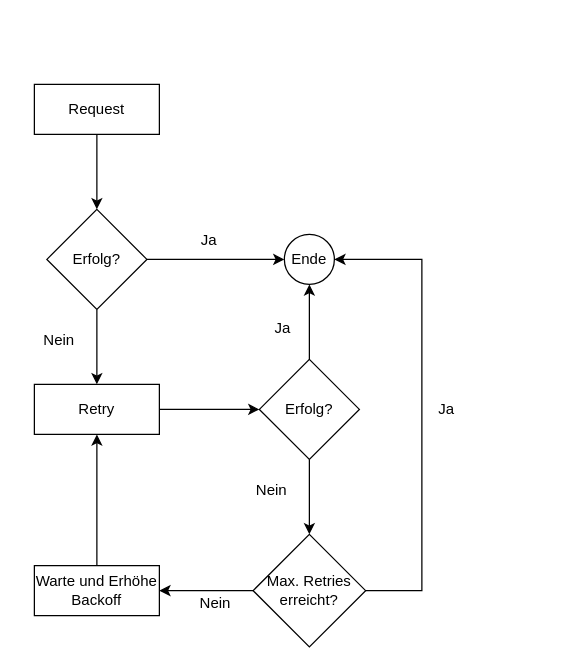
murfei/FaultTolerantJobProcessing keeps this draw.io diagram as Paper/drawio/retryBackoff.drawio. Above is the earlier version. Source tidied: cells renumbered, new cells numbered last; positions are measured from the earlier drawing's top-left corner, leaving out a move shared by most shapes. Both pictures are drawn from the tidied source at 125%, with x=0, y=0 at pixel (21, 84).
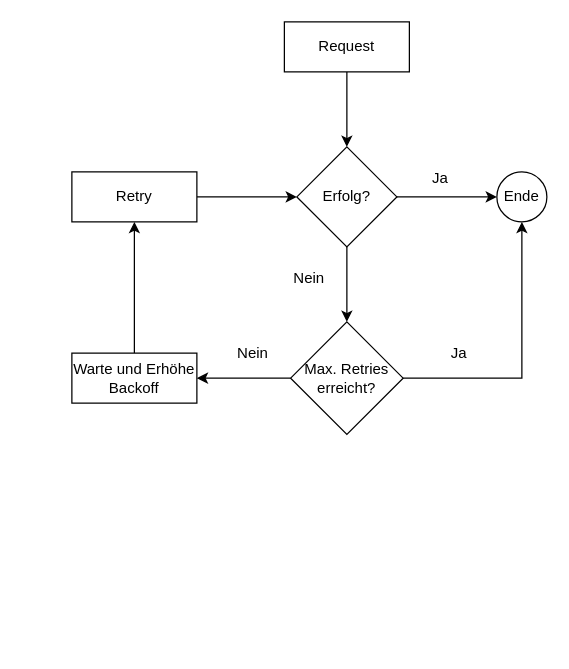
Above is the later version.

Change to the diagram source:
```diff
@@
     <mxCell id="3" value="Request" style="rounded=0;whiteSpace=wrap;html=1;" parent="1" vertex="1">
-      <mxGeometry x="10" width="100" height="40" as="geometry" />
+      <mxGeometry x="210" y="-50" width="100" height="40" as="geometry" />
     </mxCell>
-    <mxCell id="4" style="edgeStyle=orthogonalEdgeStyle;rounded=0;jettySize=auto;html=1;exitX=0.5;exitY=1;exitDx=0;exitDy=0;entryX=0.5;entryY=0;entryDx=0;entryDy=0;" parent="1" edge="1" source="6" target="9">
+    <mxCell id="4" style="edgeStyle=orthogonalEdgeStyle;rounded=0;jettySize=auto;html=1;exitX=0.5;exitY=1;exitDx=0;exitDy=0;entryX=0.5;entryY=0;entryDx=0;entryDy=0;" parent="1" edge="1" source="6" target="15">
       <mxGeometry relative="1" as="geometry" />
     </mxCell>
@@
     <mxCell id="6" value="Erfolg?" style="rhombus;whiteSpace=wrap;html=1;" parent="1" vertex="1">
-      <mxGeometry x="20" y="100" width="80" height="80" as="geometry" />
+      <mxGeometry x="220" y="50" width="80" height="80" as="geometry" />
     </mxCell>
     <mxCell id="7" value="Ende" style="ellipse;whiteSpace=wrap;html=1;" parent="1" vertex="1">
-      <mxGeometry x="210" y="120" width="40" height="40" as="geometry" />
+      <mxGeometry x="380" y="70" width="40" height="40" as="geometry" />
     </mxCell>
-    <mxCell id="8" style="edgeStyle=orthogonalEdgeStyle;rounded=0;jettySize=auto;html=1;exitX=1;exitY=0.5;exitDx=0;exitDy=0;entryX=0;entryY=0.5;entryDx=0;entryDy=0;" parent="1" edge="1" source="9" target="12">
+    <mxCell id="8" style="edgeStyle=orthogonalEdgeStyle;rounded=0;jettySize=auto;html=1;exitX=1;exitY=0.5;exitDx=0;exitDy=0;entryX=0;entryY=0.5;entryDx=0;entryDy=0;" parent="1" edge="1" source="9" target="6">
       <mxGeometry relative="1" as="geometry" />
     </mxCell>
     <mxCell id="9" value="Retry" style="rounded=0;whiteSpace=wrap;html=1;" parent="1" vertex="1">
-      <mxGeometry x="10" y="240" width="100" height="40" as="geometry" />
+      <mxGeometry x="40" y="70" width="100" height="40" as="geometry" />
     </mxCell>
-    <mxCell id="10" style="edgeStyle=orthogonalEdgeStyle;rounded=0;jettySize=auto;html=1;exitX=0.5;exitY=0;exitDx=0;exitDy=0;entryX=0.5;entryY=1;entryDx=0;entryDy=0;" parent="1" edge="1" source="12" target="7">
-      <mxGeometry relative="1" as="geometry" />
-    </mxCell>
-    <mxCell id="11" style="edgeStyle=orthogonalEdgeStyle;rounded=0;jettySize=auto;html=1;exitX=0.5;exitY=1;exitDx=0;exitDy=0;entryX=0.5;entryY=0;entryDx=0;entryDy=0;" parent="1" edge="1" source="12" target="15">
-      <mxGeometry relative="1" as="geometry" />
-    </mxCell>
-    <mxCell id="12" value="Erfolg?" style="rhombus;whiteSpace=wrap;html=1;" parent="1" vertex="1">
-      <mxGeometry x="190" y="220" width="80" height="80" as="geometry" />
-    </mxCell>
-    <mxCell id="13" style="edgeStyle=orthogonalEdgeStyle;rounded=0;jettySize=auto;html=1;exitX=1;exitY=0.5;exitDx=0;exitDy=0;entryX=1;entryY=0.5;entryDx=0;entryDy=0;" parent="1" edge="1" source="15" target="7">
+    <mxCell id="13" style="edgeStyle=orthogonalEdgeStyle;rounded=0;jettySize=auto;html=1;exitX=1;exitY=0.5;exitDx=0;exitDy=0;entryX=0.5;entryY=1;entryDx=0;entryDy=0;" parent="1" edge="1" source="15" target="7">
       <mxGeometry relative="1" as="geometry">
         <Array as="points">
-          <mxPoint x="320" y="405" />
-          <mxPoint x="320" y="140" />
+          <mxPoint x="400" y="235" />
         </Array>
       </mxGeometry>
     </mxCell>
@@
     <mxCell id="15" value="Max. Retries erreicht?" style="rhombus;whiteSpace=wrap;html=1;" parent="1" vertex="1">
-      <mxGeometry x="185" y="360" width="90" height="90" as="geometry" />
+      <mxGeometry x="215" y="190" width="90" height="90" as="geometry" />
     </mxCell>
@@
     <mxCell id="17" value="Warte und Erhöhe Backoff" style="rounded=0;whiteSpace=wrap;html=1;" parent="1" vertex="1">
-      <mxGeometry x="10" y="385" width="100" height="40" as="geometry" />
+      <mxGeometry x="40" y="215" width="100" height="40" as="geometry" />
     </mxCell>
     <mxCell id="18" value="Ja" style="text;html=1;whiteSpace=wrap;strokeColor=none;fillColor=none;align=center;verticalAlign=middle;rounded=0;" parent="1" vertex="1">
-      <mxGeometry x="120" y="110" width="60" height="30" as="geometry" />
+      <mxGeometry x="305" y="60" width="60" height="30" as="geometry" />
     </mxCell>
     <mxCell id="19" value="Nein" style="text;html=1;whiteSpace=wrap;strokeColor=none;fillColor=none;align=center;verticalAlign=middle;rounded=0;" parent="1" vertex="1">
-      <mxGeometry y="190" width="60" height="30" as="geometry" />
+      <mxGeometry x="200" y="140" width="60" height="30" as="geometry" />
     </mxCell>
-    <mxCell id="20" value="Nein" style="text;html=1;whiteSpace=wrap;strokeColor=none;fillColor=none;align=center;verticalAlign=middle;rounded=0;" parent="1" vertex="1">
-      <mxGeometry x="170" y="310" width="60" height="30" as="geometry" />
-    </mxCell>
-    <mxCell id="21" value="Ja" style="text;html=1;whiteSpace=wrap;strokeColor=none;fillColor=none;align=center;verticalAlign=middle;rounded=0;" parent="1" vertex="1">
-      <mxGeometry x="179" y="180" width="60" height="30" as="geometry" />
-    </mxCell>
     <mxCell id="22" value="Nein" style="text;html=1;whiteSpace=wrap;strokeColor=none;fillColor=none;align=center;verticalAlign=middle;rounded=0;" parent="1" vertex="1">
-      <mxGeometry x="125" y="400" width="60" height="30" as="geometry" />
+      <mxGeometry x="155" y="200" width="60" height="30" as="geometry" />
     </mxCell>
     <mxCell id="23" value="Ja" style="text;html=1;whiteSpace=wrap;strokeColor=none;fillColor=none;align=center;verticalAlign=middle;rounded=0;" parent="1" vertex="1">
-      <mxGeometry x="310" y="245" width="60" height="30" as="geometry" />
+      <mxGeometry x="320" y="200" width="60" height="30" as="geometry" />
     </mxCell>
```
